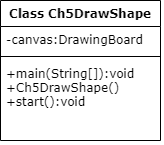
BeelzebubCode/CodeClassRoom keeps this draw.io diagram as bin/Ch5DrawShape.drawio.png. Above is the earlier version. Source tidied: cells renumbered, new cells last; positions are measured from the earlier drawing's top-left corner, leaving out a move shared by most shapes. Source of this version:
```xml
<mxGraphModel>
  <root>
    <mxCell id="0" />
    <mxCell id="1" parent="0" />
    <mxCell id="2" value="Class Ch5DrawShape" style="swimlane;fontStyle=1;align=center;verticalAlign=top;horizontal=1;startSize=26;fontFamily=Verdana;" parent="1" vertex="1">
      <mxGeometry width="160" height="140" as="geometry" />
    </mxCell>
    <mxCell id="3" value="-canvas:DrawingBoard" style="text;strokeColor=none;fillColor=none;align=left;verticalAlign=top;spacingLeft=4;spacingRight=4;overflow=hidden;fontFamily=Verdana;" parent="2" vertex="1">
      <mxGeometry y="26" width="160" height="26" as="geometry" />
    </mxCell>
    <mxCell id="4" style="line;strokeWidth=1;fillColor=none;align=left;verticalAlign=middle;spacingTop=-1;spacingLeft=3;spacingRight=3;labelPosition=right;strokeColor=inherit;" parent="2" vertex="1">
      <mxGeometry y="52" width="160" height="8" as="geometry" />
    </mxCell>
    <mxCell id="5" value="+main(String[]):void&#10;+Ch5DrawShape()&#10;+start():void" style="text;strokeColor=none;fillColor=none;align=left;verticalAlign=top;spacingLeft=4;spacingRight=4;overflow=hidden;fontStyle=0;fontColor=default;labelBackgroundColor=none;fontFamily=Verdana;shadow=1;" parent="2" vertex="1">
      <mxGeometry y="60" width="160" height="80" as="geometry" />
    </mxCell>
  </root>
</mxGraphModel>
```
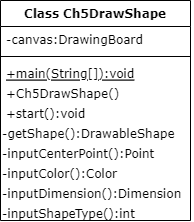
After the change.

Diff of the diagram source:
```diff
@@ -3,16 +3,37 @@
     <mxCell id="0" />
     <mxCell id="1" parent="0" />
     <mxCell id="2" value="Class Ch5DrawShape" style="swimlane;fontStyle=1;align=center;verticalAlign=top;horizontal=1;startSize=26;fontFamily=Verdana;" parent="1" vertex="1">
-      <mxGeometry width="160" height="140" as="geometry" />
+      <mxGeometry width="190" height="220" as="geometry" />
     </mxCell>
     <mxCell id="3" value="-canvas:DrawingBoard" style="text;strokeColor=none;fillColor=none;align=left;verticalAlign=top;spacingLeft=4;spacingRight=4;overflow=hidden;fontFamily=Verdana;" parent="2" vertex="1">
-      <mxGeometry y="26" width="160" height="26" as="geometry" />
+      <mxGeometry y="26" width="190" height="26" as="geometry" />
     </mxCell>
     <mxCell id="4" style="line;strokeWidth=1;fillColor=none;align=left;verticalAlign=middle;spacingTop=-1;spacingLeft=3;spacingRight=3;labelPosition=right;strokeColor=inherit;" parent="2" vertex="1">
-      <mxGeometry y="52" width="160" height="8" as="geometry" />
+      <mxGeometry y="52" width="190" height="8" as="geometry" />
     </mxCell>
-    <mxCell id="5" value="+main(String[]):void&#10;+Ch5DrawShape()&#10;+start():void" style="text;strokeColor=none;fillColor=none;align=left;verticalAlign=top;spacingLeft=4;spacingRight=4;overflow=hidden;fontStyle=0;fontColor=default;labelBackgroundColor=none;fontFamily=Verdana;shadow=1;" parent="2" vertex="1">
-      <mxGeometry y="60" width="160" height="80" as="geometry" />
+    <mxCell id="5" value="+main(String[]):void&#10;" style="text;strokeColor=none;fillColor=none;align=left;verticalAlign=top;spacingLeft=4;spacingRight=4;overflow=hidden;fontStyle=4;fontColor=default;labelBackgroundColor=none;fontFamily=Verdana;shadow=1;" parent="2" vertex="1">
+      <mxGeometry y="60" width="190" height="20" as="geometry" />
     </mxCell>
+    <mxCell id="6" value="+Ch5DrawShape()" style="text;strokeColor=none;fillColor=none;align=left;verticalAlign=top;spacingLeft=4;spacingRight=4;overflow=hidden;fontStyle=0;fontColor=default;labelBackgroundColor=none;fontFamily=Verdana;shadow=1;" parent="2" vertex="1">
+      <mxGeometry y="80" width="190" height="20" as="geometry" />
+    </mxCell>
+    <mxCell id="7" value="+start():void" style="text;strokeColor=none;fillColor=none;align=left;verticalAlign=top;spacingLeft=4;spacingRight=4;overflow=hidden;fontStyle=0;fontColor=default;labelBackgroundColor=none;fontFamily=Verdana;shadow=1;" parent="2" vertex="1">
+      <mxGeometry y="100" width="190" height="20" as="geometry" />
+    </mxCell>
+    <mxCell id="8" value="&lt;font face=&quot;Verdana&quot;&gt;-getShape():DrawableShape&lt;/font&gt;" style="text;whiteSpace=wrap;html=1;align=left;" parent="2" vertex="1">
+      <mxGeometry y="120" width="190" height="20" as="geometry" />
+    </mxCell>
+    <mxCell id="9" value="&lt;font face=&quot;Verdana&quot;&gt;-inputCenterPoint():Point&lt;br&gt;&lt;/font&gt;" style="text;whiteSpace=wrap;html=1;" parent="2" vertex="1">
+      <mxGeometry y="140" width="190" height="20" as="geometry" />
+    </mxCell>
+    <mxCell id="10" value="&lt;font face=&quot;Verdana&quot;&gt;-inputColor():Color&lt;br&gt;&lt;/font&gt;" style="text;whiteSpace=wrap;html=1;" parent="2" vertex="1">
+      <mxGeometry y="160" width="190" height="20" as="geometry" />
+    </mxCell>
+    <mxCell id="11" value="&lt;font face=&quot;Verdana&quot;&gt;-inputDimension():Dimension&lt;br&gt;&lt;/font&gt;" style="text;whiteSpace=wrap;html=1;" parent="2" vertex="1">
+      <mxGeometry y="180" width="190" height="20" as="geometry" />
+    </mxCell>
+    <mxCell id="12" value="&lt;font face=&quot;Verdana&quot;&gt;-inputShapeType():int&lt;br&gt;&lt;/font&gt;" style="text;whiteSpace=wrap;html=1;" parent="2" vertex="1">
+      <mxGeometry y="200" width="190" height="20" as="geometry" />
+    </mxCell>
   </root>
 </mxGraphModel>
```
